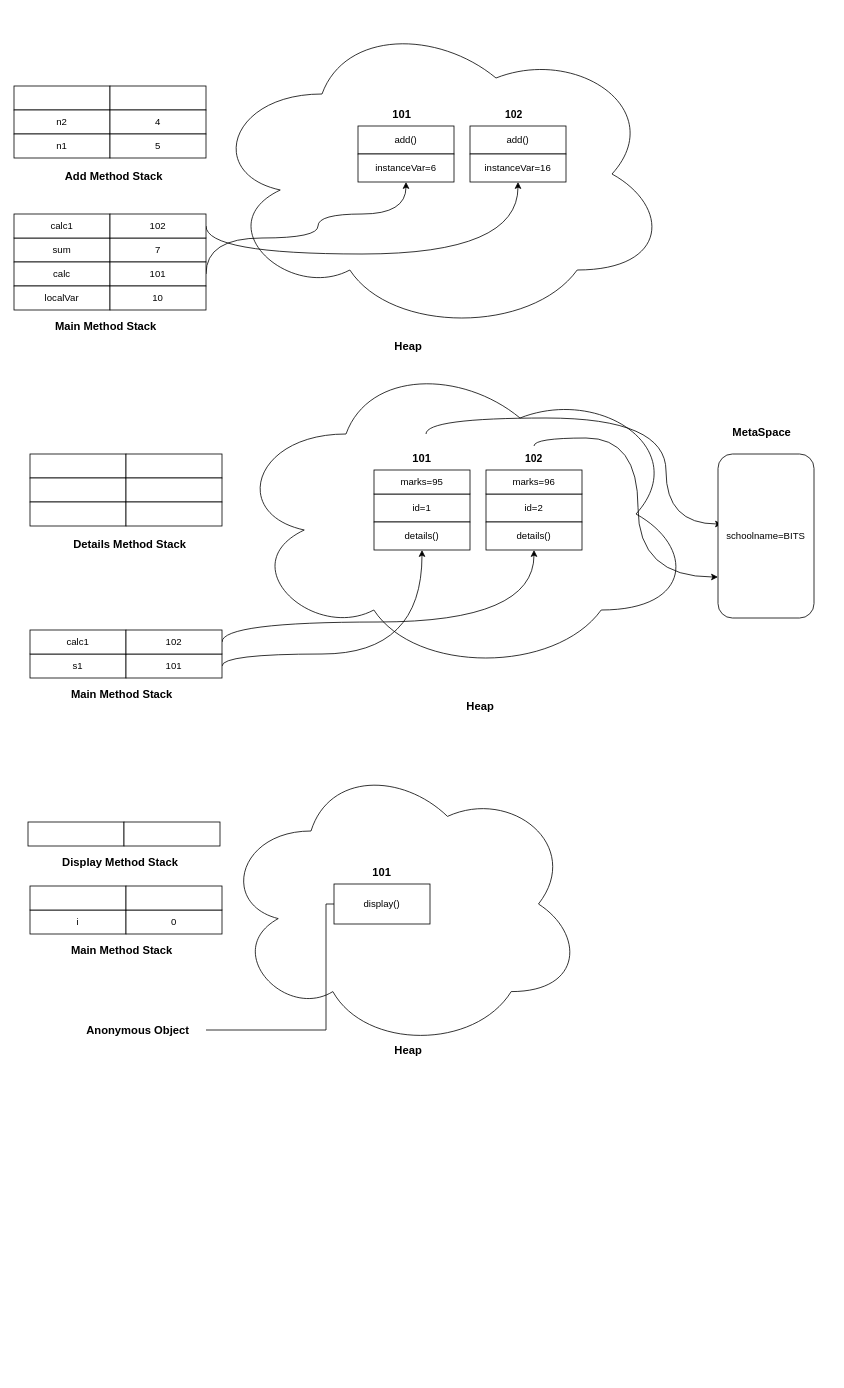
This is Images/memorymanagement/BasicMemory.drawio from codophilic/Learn-Java, a draw.io file, before an edit. Source tidied: cells renumbered, new cells numbered last; positions are measured from the earlier drawing's top-left corner, leaving out a move shared by most shapes. Both pictures are drawn from the tidied source at 80%, with x=0, y=0 at pixel (14, 14).
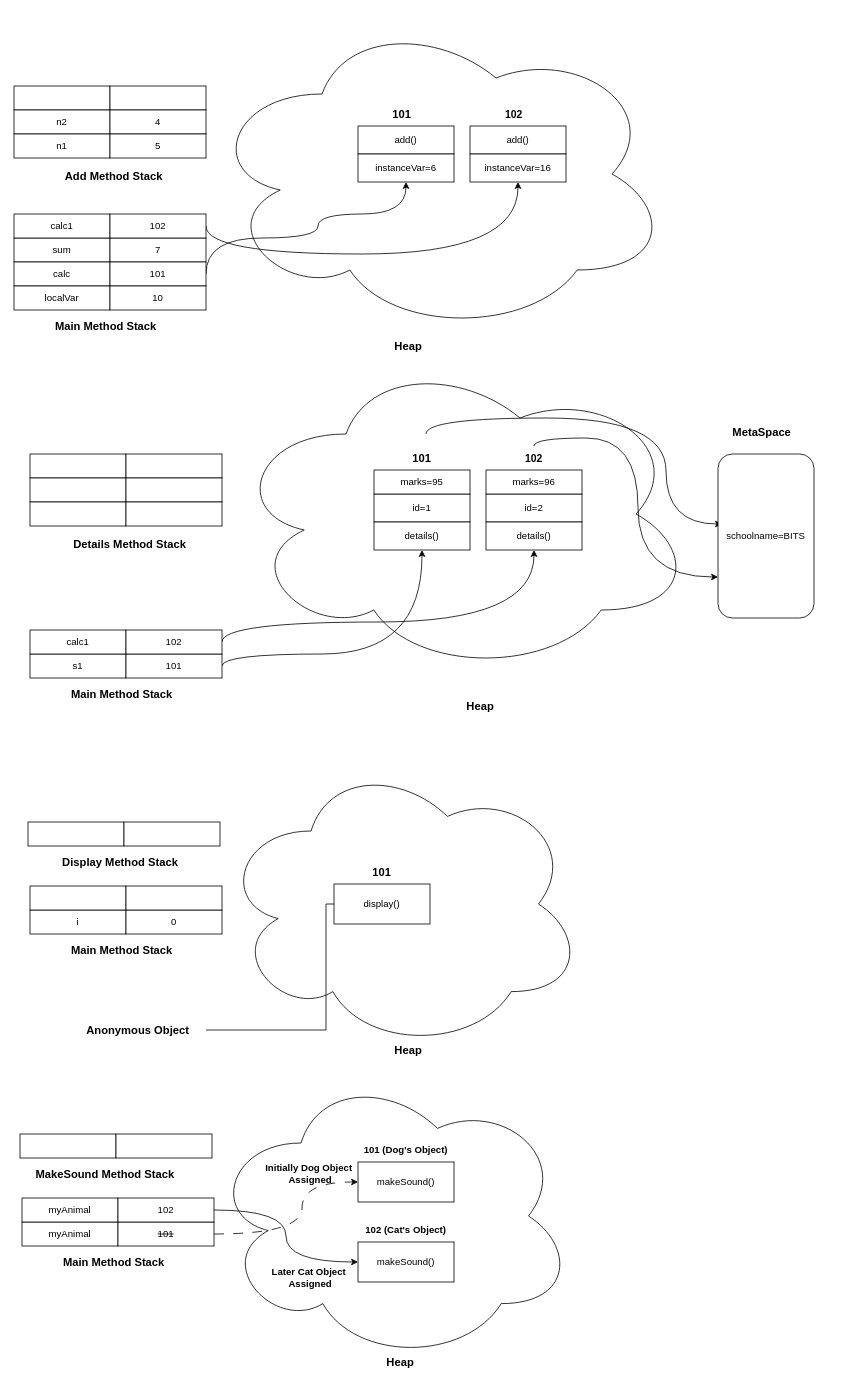
After the change.

Diff of the diagram source:
```diff
@@
+    <mxCell id="70" value="myAnimal" style="rounded=0;whiteSpace=wrap;html=1;" parent="1" vertex="1">
+      <mxGeometry x="10" y="1510" width="120" height="30" as="geometry" />
+    </mxCell>
+    <mxCell id="71" value="Main Method Stack" style="text;html=1;align=center;verticalAlign=middle;whiteSpace=wrap;rounded=0;fontStyle=1;fontSize=14;" parent="1" vertex="1">
+      <mxGeometry x="40" y="1540" width="170" height="40" as="geometry" />
+    </mxCell>
+    <mxCell id="72" style="edgeStyle=orthogonalEdgeStyle;rounded=0;jettySize=auto;html=1;entryX=0;entryY=0.5;entryDx=0;entryDy=0;curved=1;dashed=1;dashPattern=12 12;" parent="1" edge="1" source="73" target="78">
+      <mxGeometry relative="1" as="geometry">
+        <Array as="points">
+          <mxPoint x="360" y="1525" />
+          <mxPoint x="360" y="1460" />
+        </Array>
+      </mxGeometry>
+    </mxCell>
+    <mxCell id="73" value="&lt;strike&gt;101&lt;/strike&gt;" style="rounded=0;whiteSpace=wrap;html=1;" parent="1" vertex="1">
+      <mxGeometry x="130" y="1510" width="120" height="30" as="geometry" />
+    </mxCell>
+    <mxCell id="74" value="myAnimal" style="rounded=0;whiteSpace=wrap;html=1;" parent="1" vertex="1">
+      <mxGeometry x="10" y="1480" width="120" height="30" as="geometry" />
+    </mxCell>
+    <mxCell id="75" style="edgeStyle=orthogonalEdgeStyle;rounded=0;jettySize=auto;html=1;entryX=0;entryY=0.5;entryDx=0;entryDy=0;curved=1;" parent="1" edge="1" source="76" target="84">
+      <mxGeometry relative="1" as="geometry" />
+    </mxCell>
+    <mxCell id="76" value="102" style="rounded=0;whiteSpace=wrap;html=1;" parent="1" vertex="1">
+      <mxGeometry x="130" y="1480" width="120" height="30" as="geometry" />
+    </mxCell>
+    <mxCell id="77" value="Heap&amp;nbsp;" style="text;html=1;align=center;verticalAlign=middle;whiteSpace=wrap;rounded=0;fontStyle=1;fontSize=14;" parent="1" vertex="1">
+      <mxGeometry x="400" y="1670" width="170" height="30" as="geometry" />
+    </mxCell>
+    <mxCell id="78" value="makeSound()" style="rounded=0;whiteSpace=wrap;html=1;" parent="1" vertex="1">
+      <mxGeometry x="430" y="1435" width="120" height="50" as="geometry" />
+    </mxCell>
+    <mxCell id="79" value="&lt;b&gt;101 (Dog's Object)&lt;/b&gt;" style="text;html=1;align=center;verticalAlign=middle;whiteSpace=wrap;rounded=0;" parent="1" vertex="1">
+      <mxGeometry x="420" y="1405" width="140" height="30" as="geometry" />
+    </mxCell>
+    <mxCell id="80" style="rounded=0;whiteSpace=wrap;html=1;" parent="1" vertex="1">
+      <mxGeometry x="7.5" y="1400" width="120" height="30" as="geometry" />
+    </mxCell>
+    <mxCell id="81" value="MakeSound Method Stack" style="text;html=1;align=center;verticalAlign=middle;whiteSpace=wrap;rounded=0;fontStyle=1;fontSize=14;" parent="1" vertex="1">
+      <mxGeometry x="20" y="1430" width="187.5" height="40" as="geometry" />
+    </mxCell>
+    <mxCell id="82" style="rounded=0;whiteSpace=wrap;html=1;" parent="1" vertex="1">
+      <mxGeometry x="127.5" y="1400" width="120" height="30" as="geometry" />
+    </mxCell>
+    <mxCell id="83" style="ellipse;shape=cloud;whiteSpace=wrap;html=1;labelBackgroundColor=none;fillColor=none;" parent="1" vertex="1">
+      <mxGeometry x="245" y="1320" width="455" height="365" as="geometry" />
+    </mxCell>
+    <mxCell id="84" value="makeSound()" style="rounded=0;whiteSpace=wrap;html=1;" parent="1" vertex="1">
+      <mxGeometry x="430" y="1535" width="120" height="50" as="geometry" />
+    </mxCell>
+    <mxCell id="85" value="&lt;b&gt;102 (Cat's Object)&lt;/b&gt;" style="text;html=1;align=center;verticalAlign=middle;whiteSpace=wrap;rounded=0;" parent="1" vertex="1">
+      <mxGeometry x="420" y="1505" width="140" height="30" as="geometry" />
+    </mxCell>
+    <mxCell id="86" value="&lt;b&gt;Initially Dog Object&amp;nbsp;&lt;/b&gt;&lt;div&gt;&lt;b&gt;Assigned&lt;/b&gt;&lt;/div&gt;" style="text;html=1;align=center;verticalAlign=middle;strokeColor=none;fillColor=none;" parent="1" vertex="1">
+      <mxGeometry x="300" y="1430" width="140" height="40" as="geometry" />
+    </mxCell>
+    <mxCell id="87" value="&lt;b&gt;Later Cat Object&amp;nbsp;&lt;/b&gt;&lt;div&gt;&lt;b&gt;Assigned&lt;/b&gt;&lt;/div&gt;" style="text;html=1;align=center;verticalAlign=middle;strokeColor=none;fillColor=none;" parent="1" vertex="1">
+      <mxGeometry x="310" y="1560" width="120" height="40" as="geometry" />
+    </mxCell>
```
